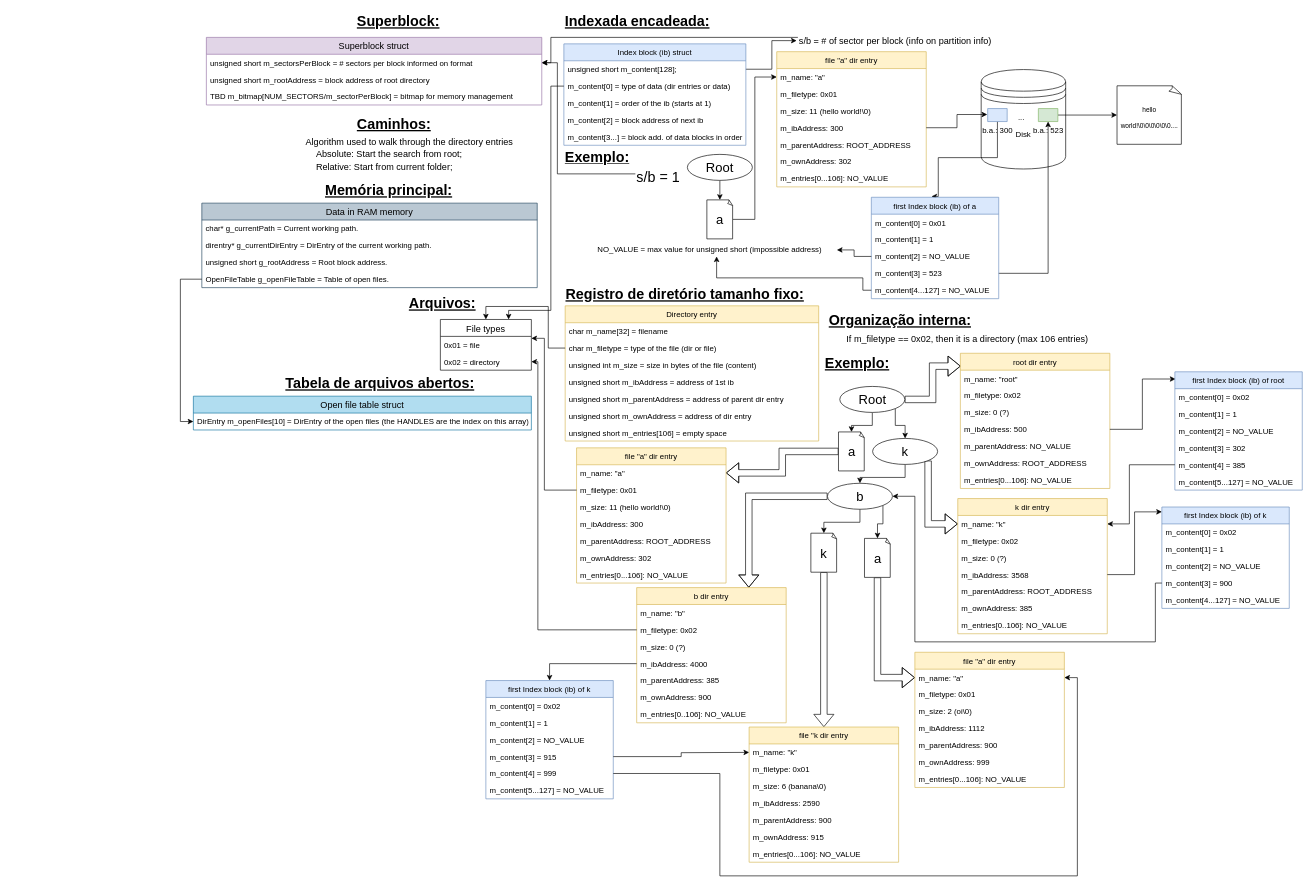
The draw.io diagram diagrama.drawio in azhow/SISOPI-T2FS, before the edit. Source tidied: cells renumbered, new cells numbered last; positions are measured from the earlier drawing's top-left corner, leaving out a move shared by most shapes. Both pictures are drawn from the tidied source at 65%, with x=0, y=0 at pixel (193, 11).
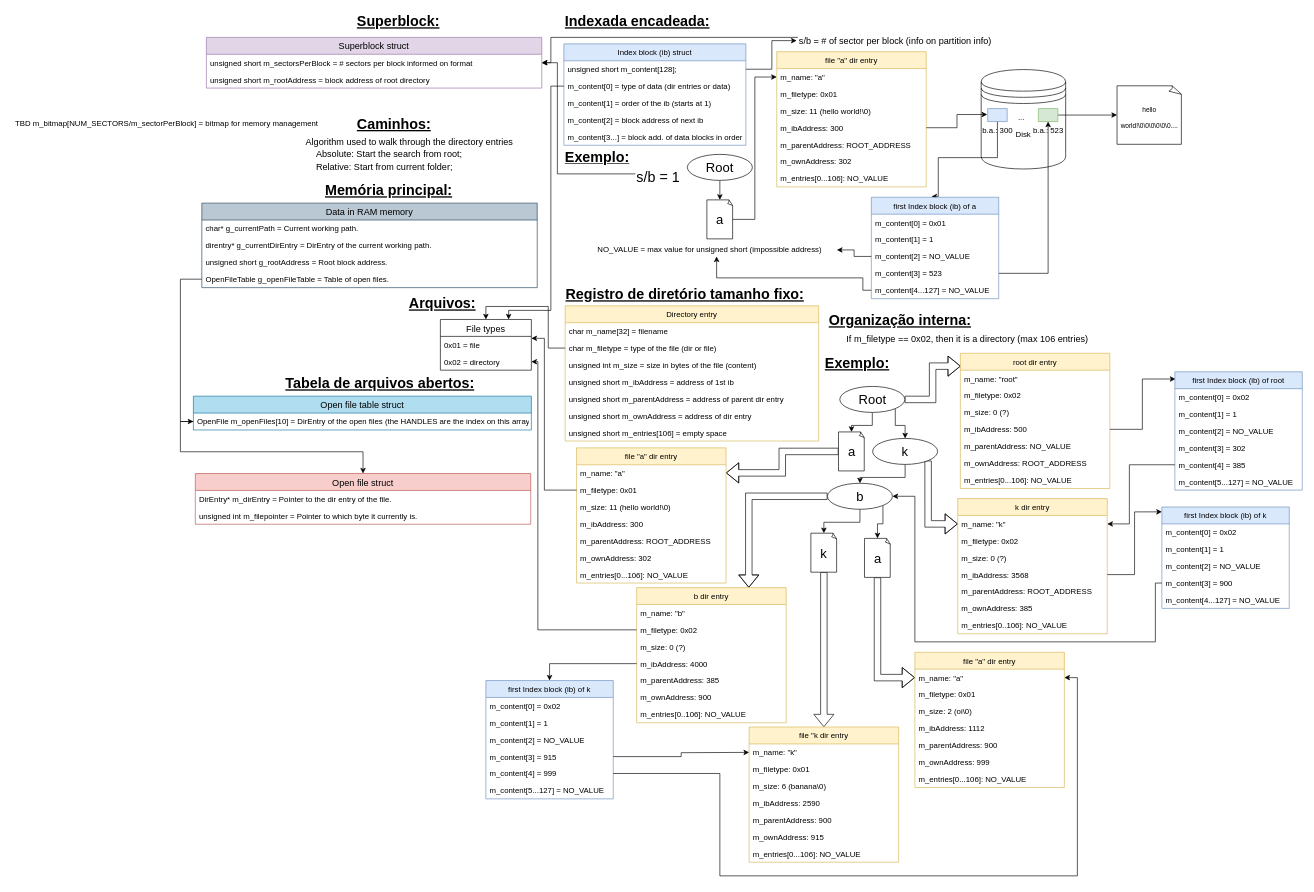
After the change.

Commit message (it also covers changes not shown here):
updated architecture and diagram

Unchanged cells that the change refers to:
```xml
<mxCell id="136" value="Open file table struct" style="swimlane;fontStyle=0;horizontal=1;startSize=26;fillColor=#b1ddf0;rounded=0;shadow=0;glass=0;comic=0;fontSize=14;strokeColor=#10739e;" parent="1" vertex="1">
  <mxGeometry y="592" width="520" height="52" as="geometry" />
</mxCell>
```

Change to the diagram source:
```diff
@@
     <mxCell id="118" value="Superblock struct" style="swimlane;fontStyle=0;horizontal=1;startSize=26;fillColor=#e1d5e7;rounded=0;shadow=0;glass=0;comic=0;fontSize=14;strokeColor=#9673a6;" parent="1" vertex="1">
-      <mxGeometry x="20" y="40" width="516" height="104" as="geometry" />
+      <mxGeometry x="20" y="40" width="516" height="78" as="geometry" />
     </mxCell>
@@
-    <mxCell id="121" value="TBD m_bitmap[NUM_SECTORS/m_sectorPerBlock] = bitmap for memory management" style="text;strokeColor=none;fillColor=none;align=left;verticalAlign=top;spacingLeft=4;spacingRight=4;overflow=hidden;" parent="118" vertex="1">
-      <mxGeometry y="78" width="516" height="26" as="geometry" />
-    </mxCell>
@@
-    <mxCell id="137" value="DirEntry m_openFiles[10] = DirEntry of the open files (the HANDLES are the index on this array)" style="text;strokeColor=none;fillColor=none;align=left;verticalAlign=top;spacingLeft=4;spacingRight=4;overflow=hidden;points=[[0,0.5],[1,0.5]];portConstraint=eastwest;" parent="136" vertex="1">
+    <mxCell id="137" value="OpenFile m_openFiles[10] = DirEntry of the open files (the HANDLES are the index on this array)" style="text;strokeColor=none;fillColor=none;align=left;verticalAlign=top;spacingLeft=4;spacingRight=4;overflow=hidden;points=[[0,0.5],[1,0.5]];portConstraint=eastwest;" parent="136" vertex="1">
       <mxGeometry y="26" width="520" height="26" as="geometry" />
     </mxCell>
@@
+    <mxCell id="121" value="TBD m_bitmap[NUM_SECTORS/m_sectorPerBlock] = bitmap for memory management" style="text;strokeColor=none;fillColor=none;align=left;verticalAlign=top;spacingLeft=4;spacingRight=4;overflow=hidden;" parent="1" vertex="1">
+      <mxGeometry x="-280" y="159.5" width="516" height="26" as="geometry" />
+    </mxCell>
+    <mxCell id="176" value="Open file struct" style="swimlane;fontStyle=0;horizontal=1;startSize=26;fillColor=#f8cecc;rounded=0;shadow=0;glass=0;comic=0;fontSize=14;strokeColor=#b85450;" parent="1" vertex="1">
+      <mxGeometry x="3" y="711" width="516" height="78" as="geometry" />
+    </mxCell>
+    <mxCell id="177" value="DirEntry* m_dirEntry = Pointer to the dir entry of the file." style="text;strokeColor=none;fillColor=none;align=left;verticalAlign=top;spacingLeft=4;spacingRight=4;overflow=hidden;" parent="176" vertex="1">
+      <mxGeometry y="26" width="516" height="26" as="geometry" />
+    </mxCell>
+    <mxCell id="178" value="unsigned int m_filepointer = Pointer to which byte it currently is." style="text;strokeColor=none;fillColor=none;align=left;verticalAlign=top;spacingLeft=4;spacingRight=4;overflow=hidden;" parent="176" vertex="1">
+      <mxGeometry y="52" width="516" height="26" as="geometry" />
+    </mxCell>
+    <mxCell id="179" style="edgeStyle=orthogonalEdgeStyle;rounded=0;jettySize=auto;html=1;exitX=0;exitY=0.5;exitDx=0;exitDy=0;" parent="1" edge="1" source="137" target="176">
+      <mxGeometry relative="1" as="geometry" />
+    </mxCell>
```
